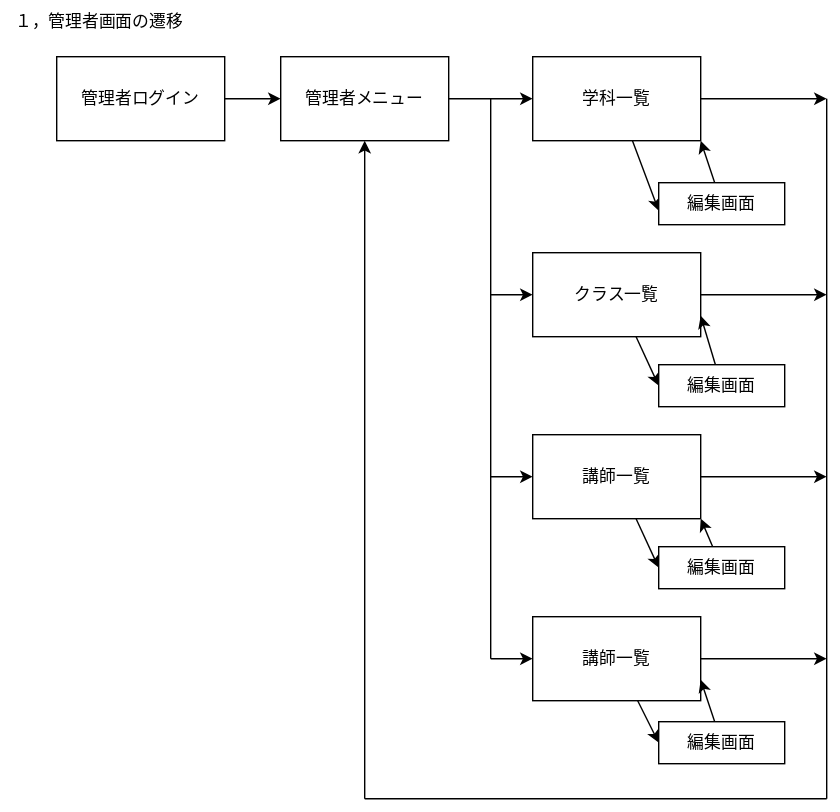
Skypeace8585/uml-introduction keeps this draw.io diagram as teamG3.drawio.svg. Above is the earlier version. Source tidied: cells renumbered, new cells last; positions are measured from the earlier drawing's top-left corner, leaving out a move shared by most shapes.
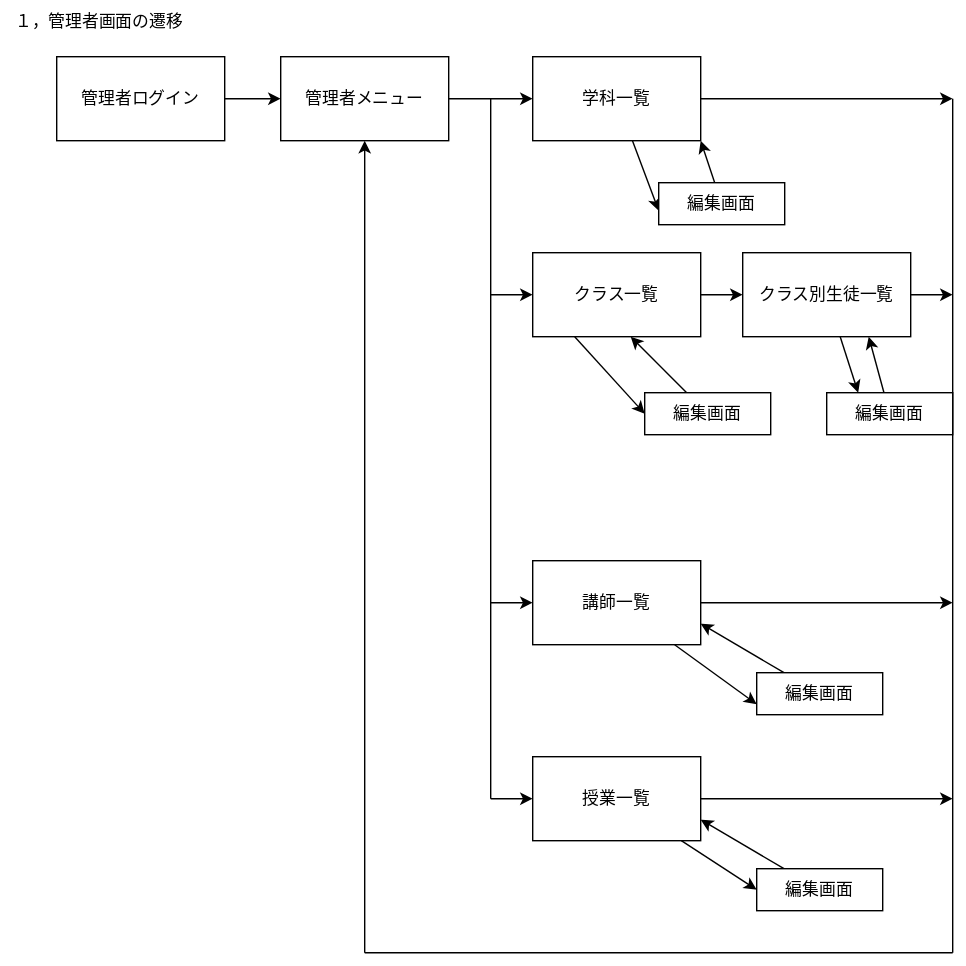
Later version of the same file.

The edit, as a diff of the source:
```diff
@@ -19,7 +19,7 @@
     </mxCell>
     <mxCell id="7" style="edgeStyle=none;html=1;" parent="1" edge="1" source="9">
       <mxGeometry relative="1" as="geometry">
-        <mxPoint x="590" y="70" as="targetPoint" />
+        <mxPoint x="680" y="70" as="targetPoint" />
       </mxGeometry>
     </mxCell>
     <mxCell id="8" style="edgeStyle=none;html=1;" parent="1" edge="1" source="9">
@@ -30,23 +30,23 @@
     <mxCell id="9" value="学科一覧" style="rounded=0;whiteSpace=wrap;html=1;" parent="1" vertex="1">
       <mxGeometry x="380" y="40" width="120" height="60" as="geometry" />
     </mxCell>
-    <mxCell id="10" style="edgeStyle=none;html=1;" parent="1" edge="1" source="12">
+    <mxCell id="10" style="edgeStyle=none;html=1;exitX=1;exitY=0.5;exitDx=0;exitDy=0;" parent="1" edge="1" source="12">
       <mxGeometry relative="1" as="geometry">
-        <mxPoint x="590" y="340" as="targetPoint" />
+        <mxPoint x="680" y="430" as="targetPoint" />
       </mxGeometry>
     </mxCell>
-    <mxCell id="11" style="edgeStyle=none;html=1;entryX=0;entryY=0.5;entryDx=0;entryDy=0;" parent="1" edge="1" source="12" target="27">
+    <mxCell id="11" style="edgeStyle=none;html=1;entryX=0;entryY=0.75;entryDx=0;entryDy=0;" parent="1" edge="1" source="12" target="27">
       <mxGeometry relative="1" as="geometry" />
     </mxCell>
     <mxCell id="12" value="講師一覧" style="rounded=0;whiteSpace=wrap;html=1;" parent="1" vertex="1">
-      <mxGeometry x="380" y="310" width="120" height="60" as="geometry" />
+      <mxGeometry x="380" y="400" width="120" height="60" as="geometry" />
     </mxCell>
     <mxCell id="13" style="edgeStyle=none;html=1;" parent="1" edge="1" source="15">
       <mxGeometry relative="1" as="geometry">
-        <mxPoint x="590" y="210" as="targetPoint" />
+        <mxPoint x="530" y="210" as="targetPoint" />
       </mxGeometry>
     </mxCell>
-    <mxCell id="14" style="edgeStyle=none;html=1;entryX=0;entryY=0.5;entryDx=0;entryDy=0;" parent="1" edge="1" source="15" target="25">
+    <mxCell id="14" style="edgeStyle=none;html=1;entryX=0;entryY=0.5;entryDx=0;entryDy=0;exitX=0.25;exitY=1;exitDx=0;exitDy=0;" parent="1" edge="1" source="15" target="25">
       <mxGeometry relative="1" as="geometry" />
     </mxCell>
     <mxCell id="15" value="クラス一覧" style="rounded=0;whiteSpace=wrap;html=1;" parent="1" vertex="1">
@@ -54,7 +54,7 @@
     </mxCell>
     <mxCell id="16" style="endArrow=none;html=1;" parent="1" edge="1">
       <mxGeometry relative="1" as="geometry">
-        <mxPoint x="350" y="470" as="sourcePoint" />
+        <mxPoint x="350" y="570" as="sourcePoint" />
         <mxPoint x="350" y="70" as="targetPoint" />
       </mxGeometry>
     </mxCell>
@@ -65,24 +65,24 @@
     </mxCell>
     <mxCell id="18" style="endArrow=classic;html=1;entryX=0;entryY=0.5;entryDx=0;entryDy=0;" parent="1" edge="1" target="12">
       <mxGeometry relative="1" as="geometry">
-        <mxPoint x="350" y="340" as="sourcePoint" />
+        <mxPoint x="350" y="430" as="sourcePoint" />
       </mxGeometry>
     </mxCell>
     <mxCell id="19" style="endArrow=none;html=1;" parent="1" edge="1">
       <mxGeometry relative="1" as="geometry">
-        <mxPoint x="590" y="70" as="sourcePoint" />
-        <mxPoint x="590" y="570" as="targetPoint" />
+        <mxPoint x="680" y="70" as="sourcePoint" />
+        <mxPoint x="680" y="680" as="targetPoint" />
       </mxGeometry>
     </mxCell>
     <mxCell id="20" style="endArrow=none;html=1;" parent="1" edge="1">
       <mxGeometry relative="1" as="geometry">
-        <mxPoint x="260" y="570" as="sourcePoint" />
-        <mxPoint x="590" y="570" as="targetPoint" />
+        <mxPoint x="260" y="680" as="sourcePoint" />
+        <mxPoint x="680" y="680" as="targetPoint" />
       </mxGeometry>
     </mxCell>
     <mxCell id="21" style="endArrow=classic;html=1;entryX=0.5;entryY=1;entryDx=0;entryDy=0;" parent="1" edge="1" target="6">
       <mxGeometry relative="1" as="geometry">
-        <mxPoint x="260" y="570" as="sourcePoint" />
+        <mxPoint x="260" y="680" as="sourcePoint" />
       </mxGeometry>
     </mxCell>
     <mxCell id="22" style="edgeStyle=none;html=1;entryX=1;entryY=1;entryDx=0;entryDy=0;" parent="1" edge="1" source="23" target="9">
@@ -91,40 +91,58 @@
     <mxCell id="23" value="編集画面" style="rounded=0;whiteSpace=wrap;html=1;" parent="1" vertex="1">
       <mxGeometry x="470" y="130" width="90" height="30" as="geometry" />
     </mxCell>
-    <mxCell id="24" style="edgeStyle=none;html=1;entryX=1;entryY=0.75;entryDx=0;entryDy=0;" parent="1" edge="1" source="25" target="15">
-      <mxGeometry relative="1" as="geometry" />
-    </mxCell>
+    <mxCell id="34" style="edgeStyle=none;html=1;" parent="1" edge="1" source="25">
+      <mxGeometry relative="1" as="geometry">
+        <mxPoint x="450" y="240" as="targetPoint" />
+      </mxGeometry>
+    </mxCell>
     <mxCell id="25" value="編集画面" style="rounded=0;whiteSpace=wrap;html=1;" parent="1" vertex="1">
-      <mxGeometry x="470" y="260" width="90" height="30" as="geometry" />
+      <mxGeometry x="460" y="280" width="90" height="30" as="geometry" />
     </mxCell>
-    <mxCell id="26" style="edgeStyle=none;html=1;entryX=1;entryY=1;entryDx=0;entryDy=0;" parent="1" edge="1" source="27" target="12">
+    <mxCell id="26" style="edgeStyle=none;html=1;entryX=1;entryY=0.75;entryDx=0;entryDy=0;" parent="1" edge="1" source="27" target="12">
       <mxGeometry relative="1" as="geometry" />
     </mxCell>
     <mxCell id="27" value="編集画面" style="rounded=0;whiteSpace=wrap;html=1;" parent="1" vertex="1">
-      <mxGeometry x="470" y="390" width="90" height="30" as="geometry" />
+      <mxGeometry x="540" y="480" width="90" height="30" as="geometry" />
     </mxCell>
     <mxCell id="28" style="edgeStyle=none;html=1;entryX=0;entryY=0.5;entryDx=0;entryDy=0;" parent="1" edge="1" source="29" target="33">
       <mxGeometry relative="1" as="geometry" />
     </mxCell>
-    <mxCell id="29" value="講師一覧" style="rounded=0;whiteSpace=wrap;html=1;" parent="1" vertex="1">
-      <mxGeometry x="380" y="440" width="120" height="60" as="geometry" />
+    <mxCell id="29" value="授業一覧" style="rounded=0;whiteSpace=wrap;html=1;" parent="1" vertex="1">
+      <mxGeometry x="380" y="540" width="120" height="60" as="geometry" />
     </mxCell>
     <mxCell id="30" style="endArrow=classic;html=1;entryX=0;entryY=0.5;entryDx=0;entryDy=0;" parent="1" edge="1" target="29">
       <mxGeometry relative="1" as="geometry">
-        <mxPoint x="350" y="470" as="sourcePoint" />
+        <mxPoint x="350" y="570" as="sourcePoint" />
       </mxGeometry>
     </mxCell>
-    <mxCell id="31" style="edgeStyle=none;html=1;" parent="1" edge="1">
+    <mxCell id="31" style="edgeStyle=none;html=1;exitX=1;exitY=0.5;exitDx=0;exitDy=0;" parent="1" edge="1" source="29">
       <mxGeometry relative="1" as="geometry">
-        <mxPoint x="500" y="470" as="sourcePoint" />
-        <mxPoint x="590" y="470" as="targetPoint" />
+        <mxPoint x="680" y="570" as="targetPoint" />
       </mxGeometry>
     </mxCell>
     <mxCell id="32" style="edgeStyle=none;html=1;entryX=1;entryY=0.75;entryDx=0;entryDy=0;" parent="1" edge="1" source="33" target="29">
       <mxGeometry relative="1" as="geometry" />
     </mxCell>
     <mxCell id="33" value="編集画面" style="rounded=0;whiteSpace=wrap;html=1;" parent="1" vertex="1">
-      <mxGeometry x="470" y="515" width="90" height="30" as="geometry" />
+      <mxGeometry x="540" y="620" width="90" height="30" as="geometry" />
     </mxCell>
+    <mxCell id="35" style="edgeStyle=none;html=1;" parent="1" edge="1" source="37">
+      <mxGeometry relative="1" as="geometry">
+        <mxPoint x="680" y="210" as="targetPoint" />
+      </mxGeometry>
+    </mxCell>
+    <mxCell id="36" style="edgeStyle=none;html=1;entryX=0.25;entryY=0;entryDx=0;entryDy=0;" parent="1" edge="1" source="37" target="39">
+      <mxGeometry relative="1" as="geometry" />
+    </mxCell>
+    <mxCell id="37" value="クラス別生徒一覧" style="rounded=0;whiteSpace=wrap;html=1;" parent="1" vertex="1">
+      <mxGeometry x="530" y="180" width="120" height="60" as="geometry" />
+    </mxCell>
+    <mxCell id="38" style="edgeStyle=none;html=1;entryX=0.75;entryY=1;entryDx=0;entryDy=0;" parent="1" edge="1" source="39" target="37">
+      <mxGeometry relative="1" as="geometry" />
+    </mxCell>
+    <mxCell id="39" value="編集画面" style="rounded=0;whiteSpace=wrap;html=1;" parent="1" vertex="1">
+      <mxGeometry x="590" y="280" width="90" height="30" as="geometry" />
+    </mxCell>
   </root>
 </mxGraphModel>
```
